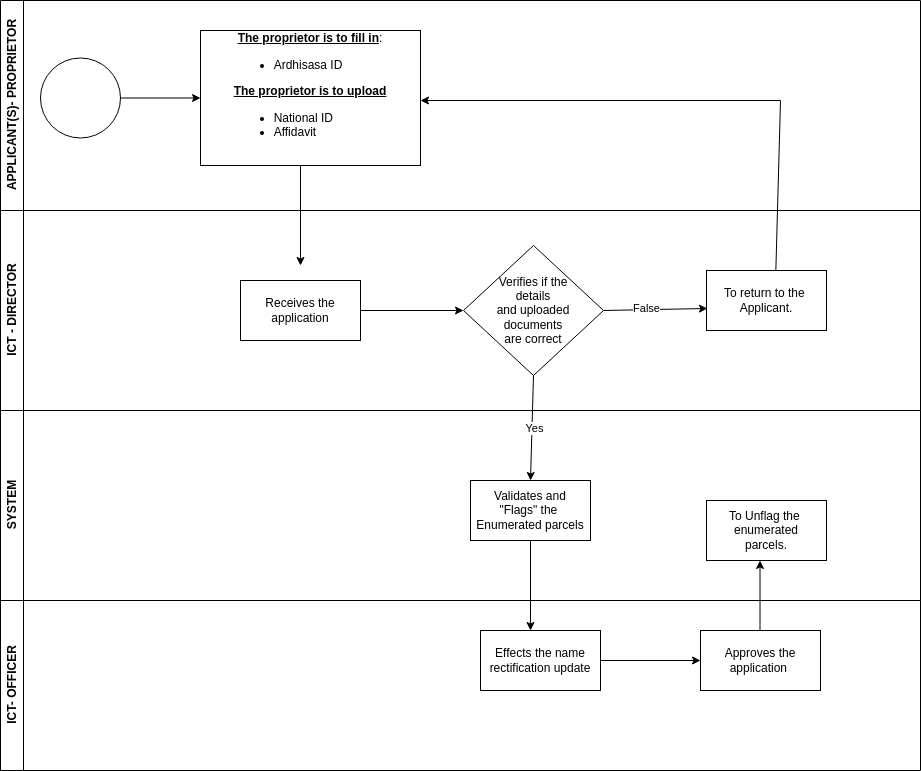
Before: ACCOUNT NAME RECTIFICATION.drawio.png, a diagram exported from draw.io (NjeriNjeru/BPMN). Source tidied: cells renumbered, new cells last; positions are measured from the earlier drawing's top-left corner, leaving out a move shared by most shapes.
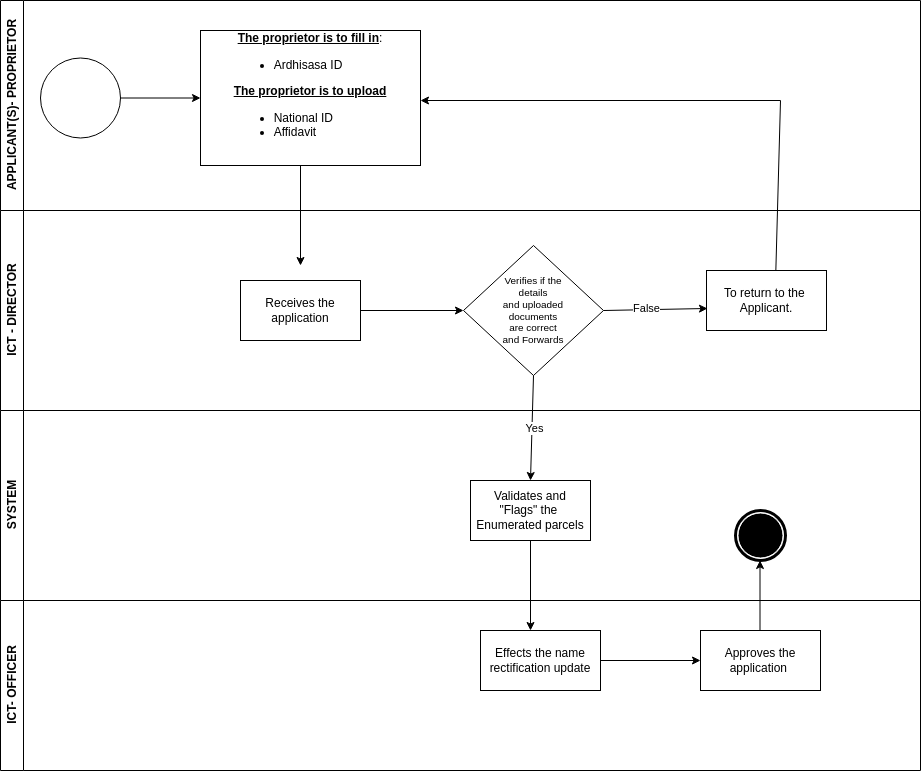
The same file after the commit.

What changed in the source:
```diff
@@ -44,7 +44,7 @@
     <mxCell id="11" value="Receives the application" style="whiteSpace=wrap;html=1;" parent="9" vertex="1">
       <mxGeometry x="240" y="70" width="120" height="60" as="geometry" />
     </mxCell>
-    <mxCell id="12" value="Verifies if the&lt;div&gt;&amp;nbsp;details&amp;nbsp;&lt;div&gt;and uploaded&lt;/div&gt;&lt;div&gt;documents&lt;/div&gt;&lt;div&gt;are correct&lt;/div&gt;&lt;/div&gt;" style="rhombus;whiteSpace=wrap;html=1;" parent="9" vertex="1">
+    <mxCell id="12" value="&lt;h5&gt;&lt;span style=&quot;font-weight: normal;&quot;&gt;Verifies if the&lt;br&gt;&amp;nbsp;details&amp;nbsp;&lt;br&gt;and uploaded&lt;br&gt;documents&lt;br&gt;are correct&lt;br&gt;and Forwards&lt;/span&gt;&lt;/h5&gt;" style="rhombus;whiteSpace=wrap;html=1;align=center;" parent="9" vertex="1">
       <mxGeometry x="463" y="35" width="140" height="130" as="geometry" />
     </mxCell>
     <mxCell id="13" value="To return to the&amp;nbsp;&lt;div&gt;Applicant.&lt;/div&gt;" style="whiteSpace=wrap;html=1;" parent="9" vertex="1">
@@ -62,9 +62,9 @@
     <mxCell id="17" value="Validates and&lt;div&gt;&quot;Flags&quot; the&amp;nbsp;&lt;/div&gt;&lt;div&gt;Enumerated parcels&lt;/div&gt;" style="whiteSpace=wrap;html=1;" parent="16" vertex="1">
       <mxGeometry x="470" y="70" width="120" height="60" as="geometry" />
     </mxCell>
-    <mxCell id="18" value="To Unflag the&amp;nbsp;&lt;div&gt;enumerated&lt;/div&gt;&lt;div&gt;parcels.&lt;/div&gt;" style="whiteSpace=wrap;html=1;" parent="16" vertex="1">
-      <mxGeometry x="706" y="90" width="120" height="60" as="geometry" />
-    </mxCell>
+    <mxCell id="27" style="shape=mxgraph.bpmn.event;html=1;verticalLabelPosition=bottom;labelBackgroundColor=#ffffff;verticalAlign=top;align=center;perimeter=ellipsePerimeter;outline=end;symbol=terminate;" parent="16" vertex="1">
+      <mxGeometry x="735" y="100" width="50" height="50" as="geometry" />
+    </mxCell>
     <mxCell id="19" value="ICT- OFFICER" style="swimlane;horizontal=0;whiteSpace=wrap;html=1;" parent="1" vertex="1">
       <mxGeometry y="600" width="920" height="170" as="geometry" />
     </mxCell>
```
